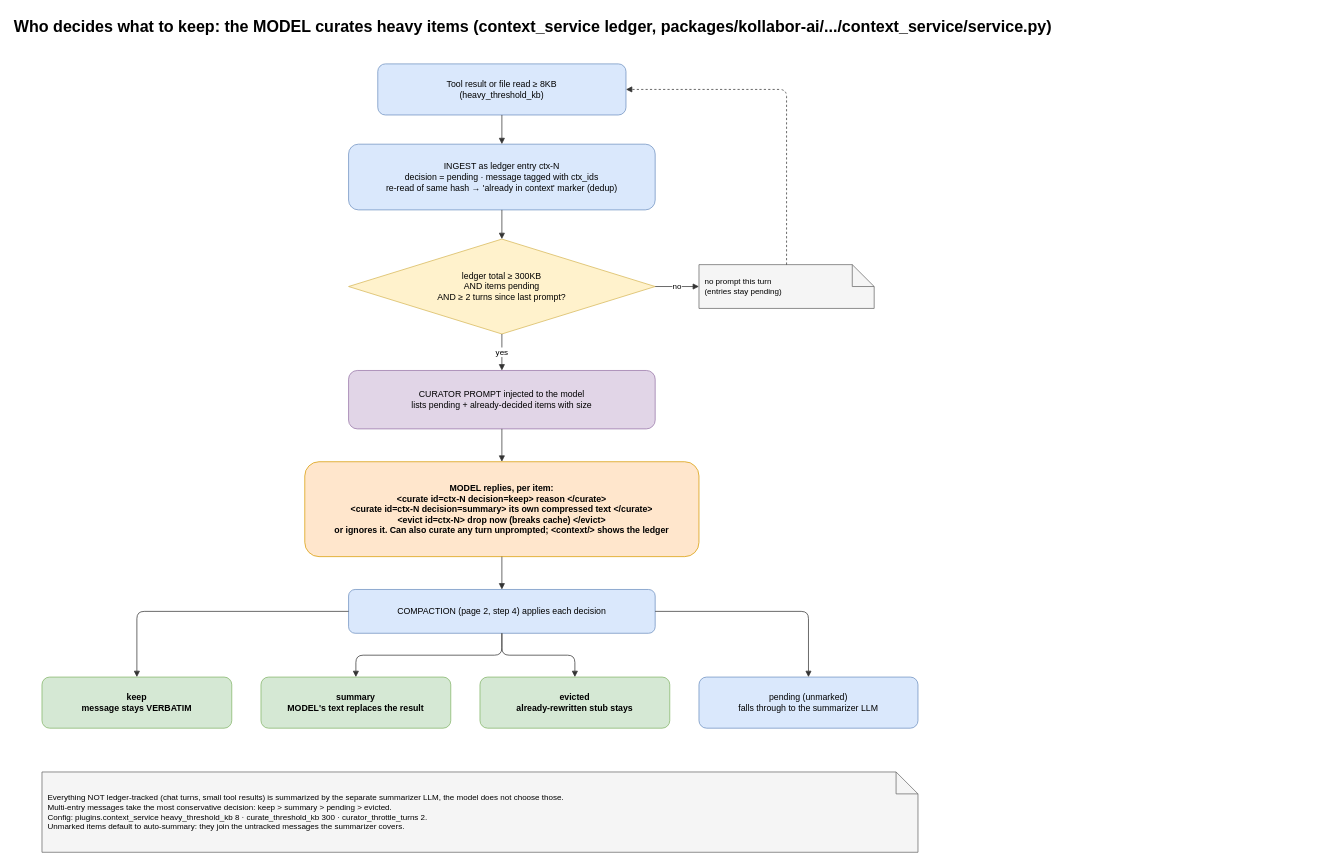
The draw.io diagram page "4 Model-driven curation" (4 of 4) of docs/diagrams/context-compaction.drawio in kollaborai/kollab, before the edit. Source tidied: cells renumbered, new cells numbered last; positions are measured from the earlier drawing's top-left corner, leaving out a move shared by most shapes. Both pictures are drawn from the tidied source at 73%, with x=0, y=0 at pixel (12, 12).
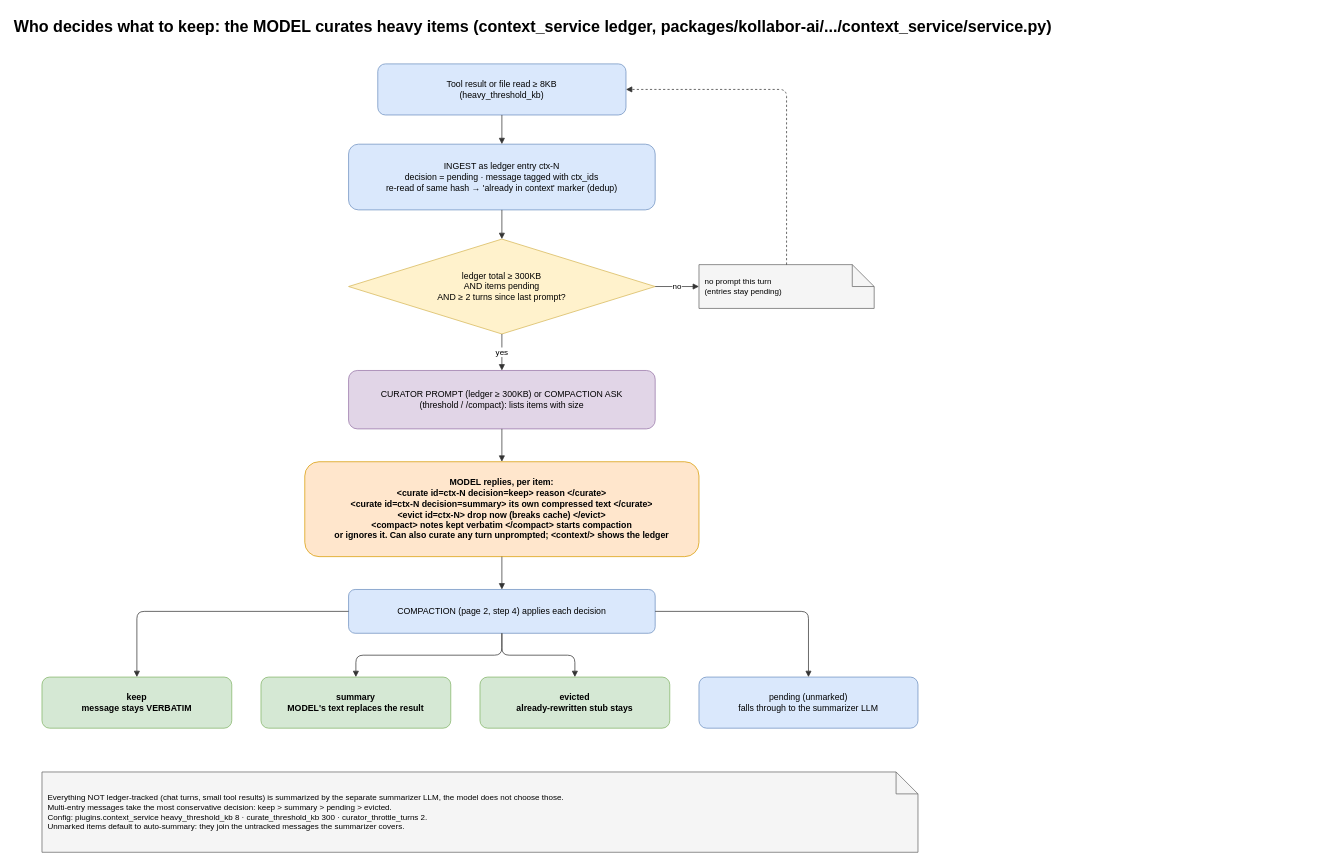
The same diagram, later.

Commit message (it also covers changes not shown here):
Update compaction diagram for model-first compaction

What changed in the source:
```diff
@@
-    <mxCell id="7" value="CURATOR PROMPT injected to the model&lt;br&gt;lists pending + already-decided items with size" style="rounded=1;whiteSpace=wrap;html=1;fillColor=#e1d5e7;strokeColor=#9673a6;" parent="1" vertex="1">
+    <mxCell id="7" value="CURATOR PROMPT (ledger ≥ 300KB) or COMPACTION ASK&lt;br&gt;(threshold / /compact): lists items with size" style="rounded=1;whiteSpace=wrap;html=1;fillColor=#e1d5e7;strokeColor=#9673a6;" parent="1" vertex="1">
       <mxGeometry x="460" y="490" width="420" height="80" as="geometry" />
     </mxCell>
-    <mxCell id="8" value="MODEL replies, per item:&lt;br&gt;&amp;lt;curate id=ctx-N decision=keep&amp;gt; reason &amp;lt;/curate&amp;gt;&lt;br&gt;&amp;lt;curate id=ctx-N decision=summary&amp;gt; its own compressed text &amp;lt;/curate&amp;gt;&lt;br&gt;&amp;lt;evict id=ctx-N&amp;gt; drop now (breaks cache) &amp;lt;/evict&amp;gt;&lt;br&gt;or ignores it. Can also curate any turn unprompted; &amp;lt;context/&amp;gt; shows the ledger" style="rounded=1;whiteSpace=wrap;html=1;fillColor=#ffe6cc;strokeColor=#d79b00;fontStyle=1;" parent="1" vertex="1">
+    <mxCell id="8" value="MODEL replies, per item:&lt;br&gt;&amp;lt;curate id=ctx-N decision=keep&amp;gt; reason &amp;lt;/curate&amp;gt;&lt;br&gt;&amp;lt;curate id=ctx-N decision=summary&amp;gt; its own compressed text &amp;lt;/curate&amp;gt;&lt;br&gt;&amp;lt;evict id=ctx-N&amp;gt; drop now (breaks cache) &amp;lt;/evict&amp;gt;&lt;br&gt;&amp;lt;compact&amp;gt; notes kept verbatim &amp;lt;/compact&amp;gt; starts compaction&lt;br&gt;or ignores it. Can also curate any turn unprompted; &amp;lt;context/&amp;gt; shows the ledger" style="rounded=1;whiteSpace=wrap;html=1;fillColor=#ffe6cc;strokeColor=#d79b00;fontStyle=1;" parent="1" vertex="1">
       <mxGeometry x="400" y="615" width="540" height="130" as="geometry" />
     </mxCell>
```
